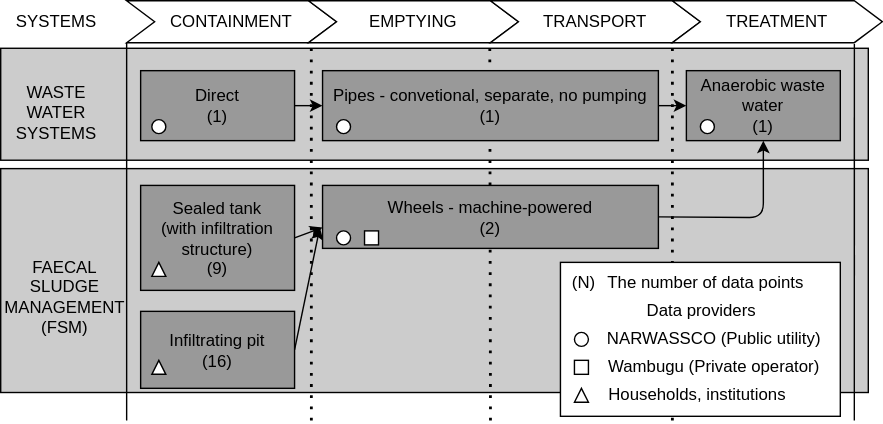
JinIgarashi/cactus-narok-figures keeps this draw.io diagram as Figure1.drawio.svg. Above is the earlier version. Source tidied: cells renumbered, new cells last; positions are measured from the earlier drawing's top-left corner, leaving out a move shared by most shapes.
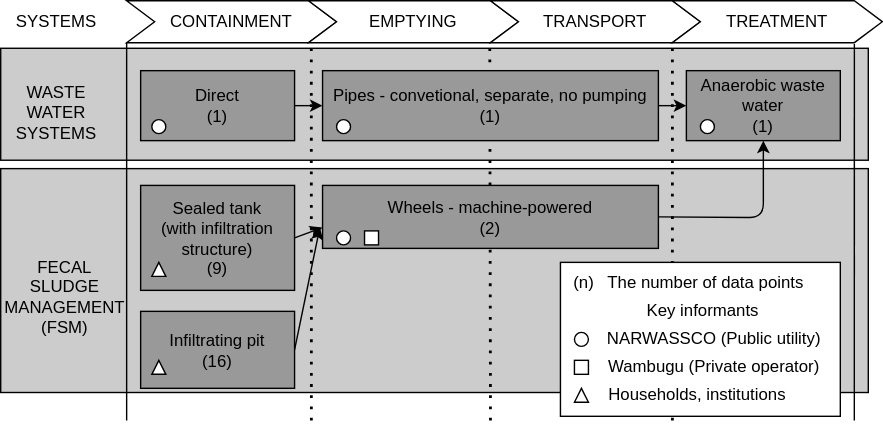
After the commit.

What changed in the source:
```diff
@@ -67,7 +67,7 @@
     <mxCell id="17" value="&lt;font color=&quot;#000000&quot;&gt;WASTE&lt;br&gt;WATER&lt;br&gt;SYSTEMS&amp;nbsp;&lt;/font&gt;" style="text;html=1;strokeColor=none;fillColor=none;align=center;verticalAlign=middle;whiteSpace=wrap;rounded=0;" parent="1" vertex="1">
       <mxGeometry x="10" y="65" width="60" height="30" as="geometry" />
     </mxCell>
-    <mxCell id="18" value="&lt;font color=&quot;#000000&quot;&gt;FAECAL&lt;br&gt;SLUDGE&lt;br&gt;MANAGEMENT&lt;br&gt;(FSM)&lt;/font&gt;" style="text;html=1;strokeColor=none;fillColor=none;align=center;verticalAlign=middle;whiteSpace=wrap;rounded=0;" parent="1" vertex="1">
+    <mxCell id="18" value="&lt;font color=&quot;#000000&quot;&gt;FECAL&lt;br&gt;SLUDGE&lt;br&gt;MANAGEMENT&lt;br&gt;(FSM)&lt;/font&gt;" style="text;html=1;strokeColor=none;fillColor=none;align=center;verticalAlign=middle;whiteSpace=wrap;rounded=0;" parent="1" vertex="1">
       <mxGeometry x="16" y="197" width="60" height="30" as="geometry" />
     </mxCell>
     <mxCell id="19" value="&lt;font color=&quot;#000000&quot;&gt;SYSTEMS&lt;/font&gt;" style="text;html=1;strokeColor=none;fillColor=none;align=center;verticalAlign=middle;whiteSpace=wrap;rounded=0;" parent="1" vertex="1">
@@ -121,7 +121,7 @@
     <mxCell id="35" style="rounded=0;whiteSpace=wrap;html=1;fillColor=#FFFFFF;strokeColor=#000000;" parent="34" vertex="1">
       <mxGeometry width="200" height="110" as="geometry" />
     </mxCell>
-    <mxCell id="36" value="&lt;font color=&quot;#000000&quot;&gt;Data providers&lt;/font&gt;" style="text;html=1;strokeColor=none;fillColor=none;align=left;verticalAlign=middle;whiteSpace=wrap;rounded=0;" parent="34" vertex="1">
+    <mxCell id="36" value="&lt;font color=&quot;#000000&quot;&gt;Key informants&lt;/font&gt;" style="text;html=1;strokeColor=none;fillColor=none;align=left;verticalAlign=middle;whiteSpace=wrap;rounded=0;" parent="34" vertex="1">
       <mxGeometry x="60" y="30" width="100" height="10" as="geometry" />
     </mxCell>
     <mxCell id="37" style="ellipse;whiteSpace=wrap;html=1;strokeColor=#000000;fillColor=#FFFFFF;" parent="34" vertex="1">
@@ -142,7 +142,7 @@
     <mxCell id="42" value="&lt;font color=&quot;#000000&quot;&gt;Households, institutions&lt;/font&gt;" style="text;html=1;strokeColor=none;fillColor=none;align=center;verticalAlign=middle;whiteSpace=wrap;rounded=0;" parent="34" vertex="1">
       <mxGeometry x="18" y="80" width="160" height="30" as="geometry" />
     </mxCell>
-    <mxCell id="43" value="&lt;font color=&quot;#000000&quot;&gt;(N)&lt;/font&gt;" style="text;html=1;strokeColor=none;fillColor=none;align=center;verticalAlign=middle;whiteSpace=wrap;rounded=0;" parent="34" vertex="1">
+    <mxCell id="43" value="&lt;font color=&quot;#000000&quot;&gt;(n)&lt;/font&gt;" style="text;html=1;strokeColor=none;fillColor=none;align=center;verticalAlign=middle;whiteSpace=wrap;rounded=0;" parent="34" vertex="1">
       <mxGeometry x="1" width="32" height="30" as="geometry" />
     </mxCell>
     <mxCell id="44" value="&lt;font color=&quot;#000000&quot;&gt;The number of data points&lt;/font&gt;" style="text;html=1;strokeColor=none;fillColor=none;align=left;verticalAlign=middle;whiteSpace=wrap;rounded=0;" parent="34" vertex="1">
```
